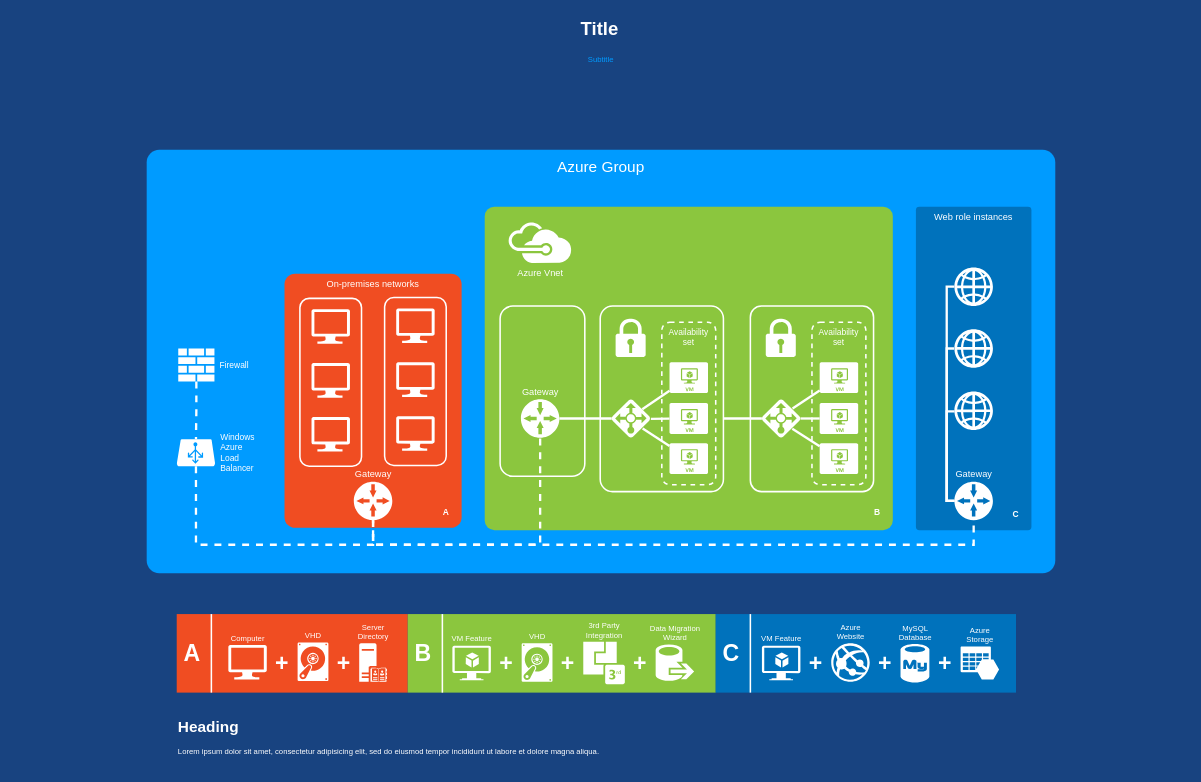
The draw.io diagram datalakeDAT.drawio in Sanardi/AI-Machine-Learning, before the edit. Source tidied: cells renumbered, new cells numbered last; positions are measured from the earlier drawing's top-left corner, leaving out a move shared by most shapes. Both pictures are drawn from the tidied source at 77%, with x=0, y=0 at pixel (13, 13).
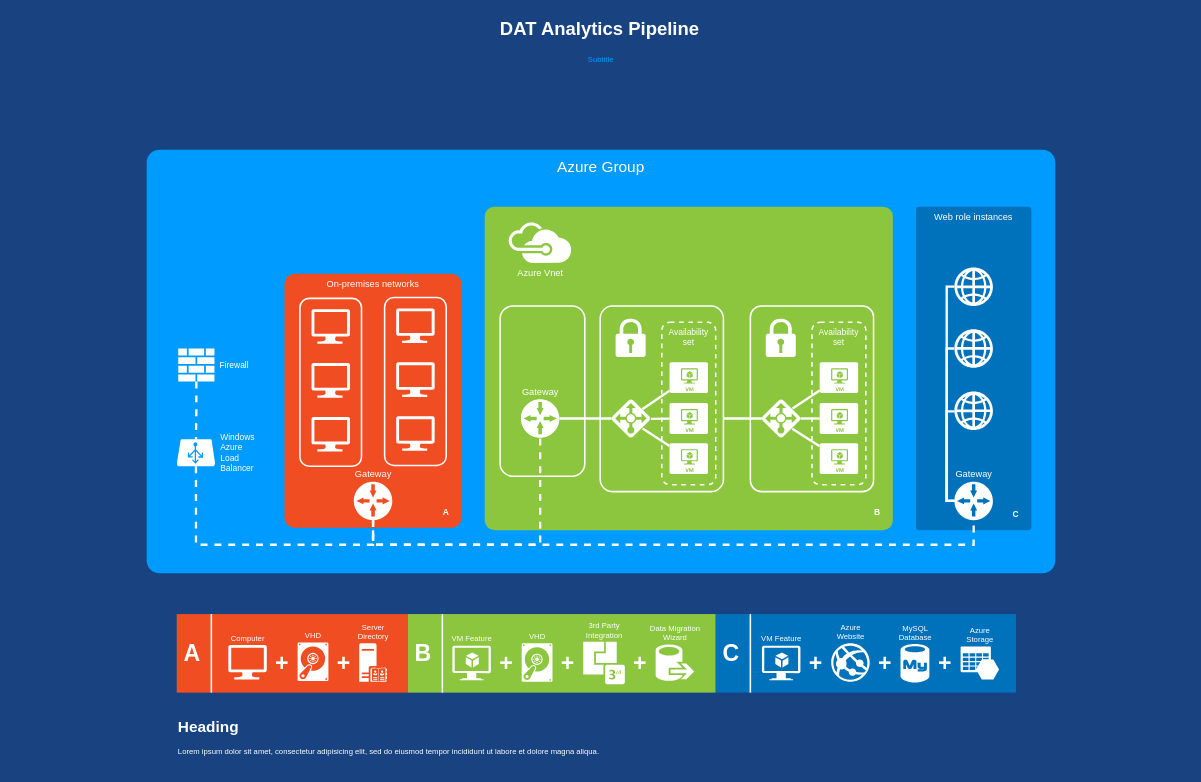
The same page after the edit.

Diff of the diagram source:
```diff
@@
-    <mxCell id="83" value="Title" style="text;strokeColor=none;fillColor=none;html=1;fontSize=24;fontStyle=1;verticalAlign=middle;align=center;rounded=0;shadow=0;fontColor=#FFFFFF;" parent="1" vertex="1">
+    <mxCell id="83" value="DAT Analytics Pipeline" style="text;strokeColor=none;fillColor=none;html=1;fontSize=24;fontStyle=1;verticalAlign=middle;align=center;rounded=0;shadow=0;fontColor=#FFFFFF;" parent="1" vertex="1">
       <mxGeometry x="6" width="1510" height="40" as="geometry" />
     </mxCell>
```
